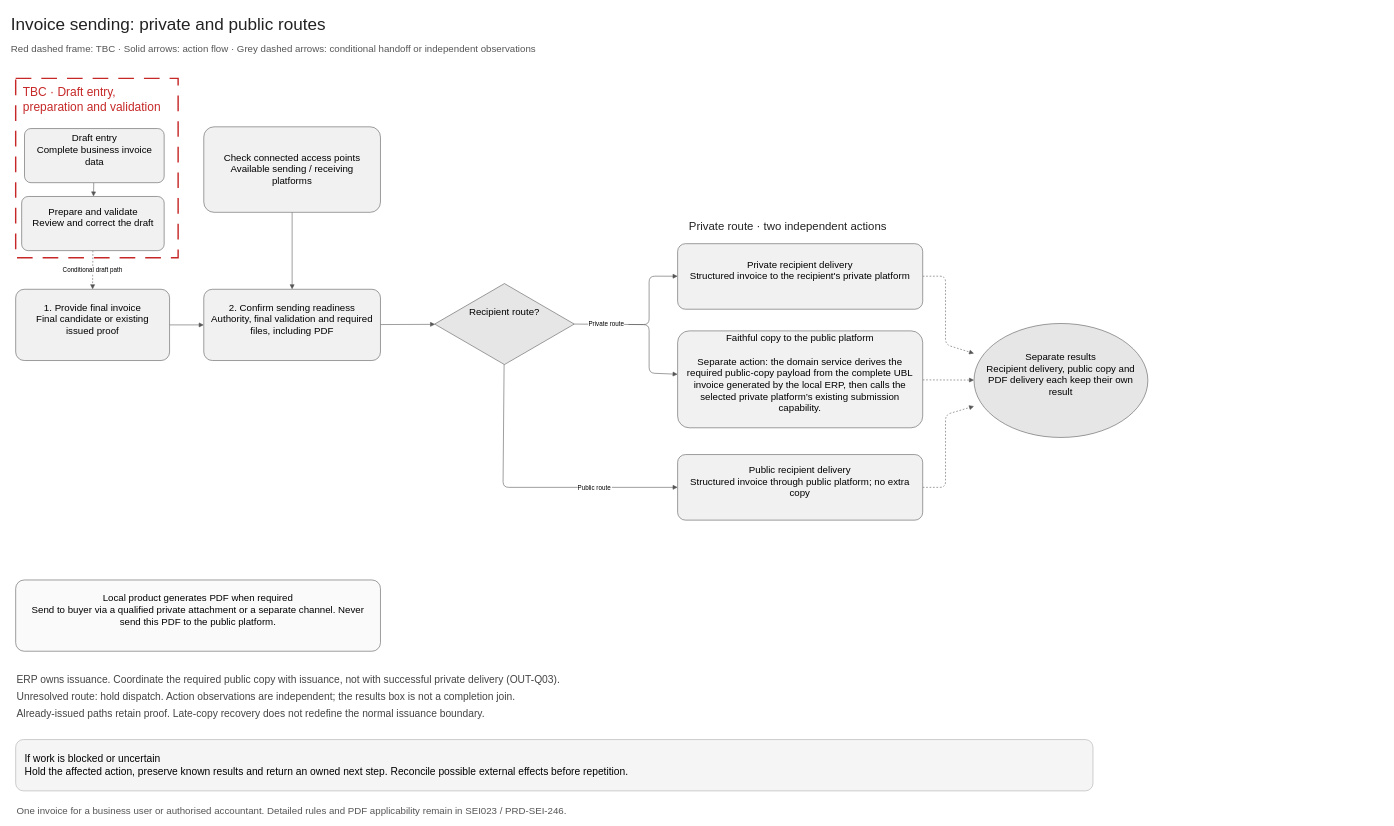
Earlier version of the draw.io diagram assets/diagrams/invoice-sending-end-to-end-workflow.drawio (jiaxinhe0709/pm_second_brain). Source tidied: cells renumbered, new cells numbered last; positions are measured from the earlier drawing's top-left corner, leaving out a move shared by most shapes. Both pictures are drawn from the tidied source at 57%, with x=0, y=0 at pixel (10, 10).
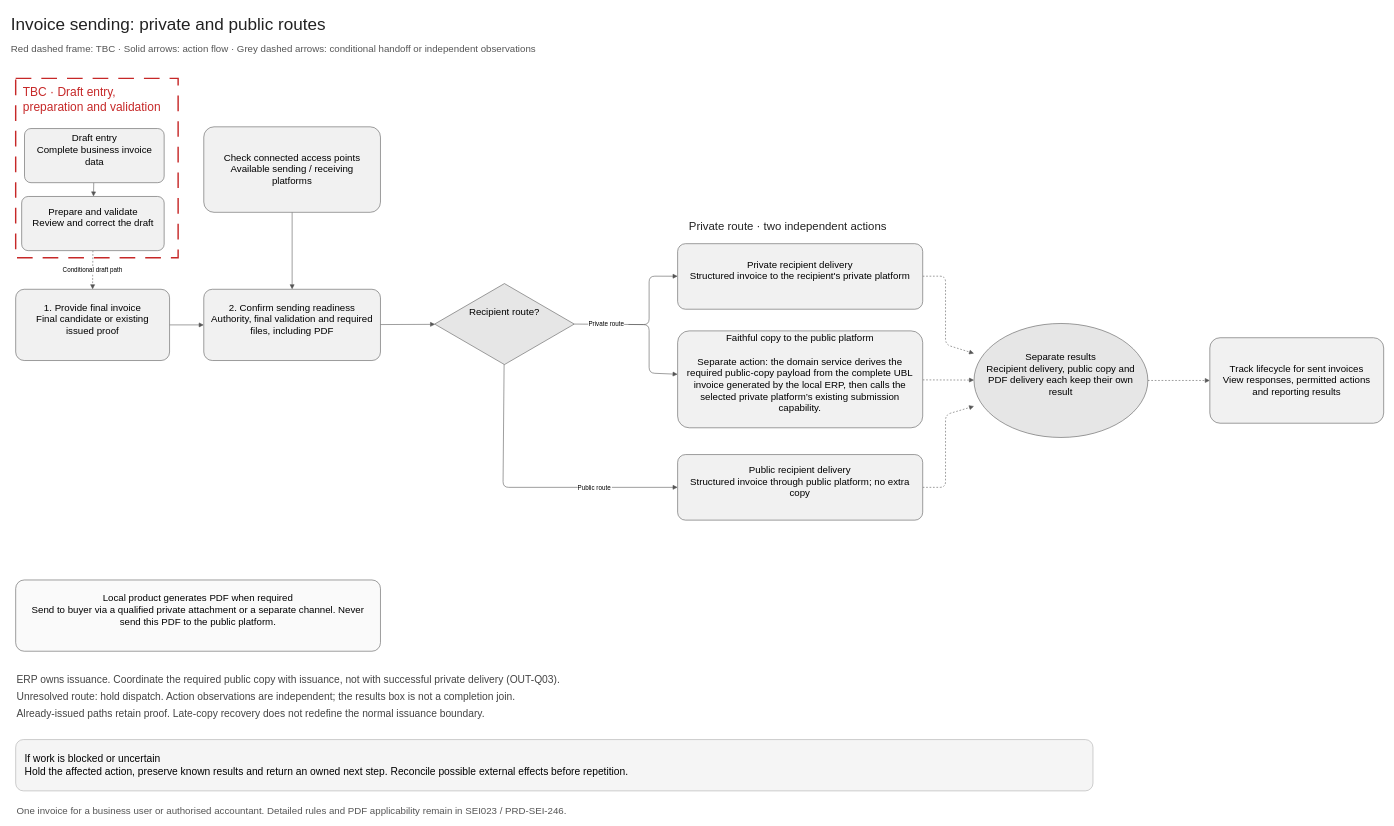
The same diagram, later.

The change refers to these unchanged cells:
```xml
<mxCell id="28" value="Separate results&#10;Recipient delivery, public copy and PDF delivery each keep their own result&#10;" style="rounded=1;arcSize=80;whiteSpace=wrap;html=0;fontSize=17;spacing=12;fillColor=#e6e6e6;strokeColor=#555555;" parent="1" vertex="1">
  <mxGeometry x="1691.3" y="550" width="305" height="200" as="geometry" />
</mxCell>
```

Diff of the diagram source:
```diff
@@
+    <mxCell id="35" style="edgeStyle=none;strokeColor=#555555;endArrow=block;dashed=1;exitX=1;exitY=0.5;entryX=0;entryY=0.5;exitDx=0;exitDy=0;entryDx=0;entryDy=0;" parent="1" edge="1" source="28" target="36">
+      <mxGeometry relative="1" as="geometry" />
+    </mxCell>
+    <mxCell id="36" value="Track lifecycle for sent invoices&#10;View responses, permitted actions and reporting results" style="rounded=1;arcSize=12;whiteSpace=wrap;html=0;fontSize=17;spacing=12;fillColor=#f1f1f1;strokeColor=#555555;" parent="1" vertex="1">
+      <mxGeometry x="2105" y="575" width="305" height="150" as="geometry" />
+    </mxCell>
```
